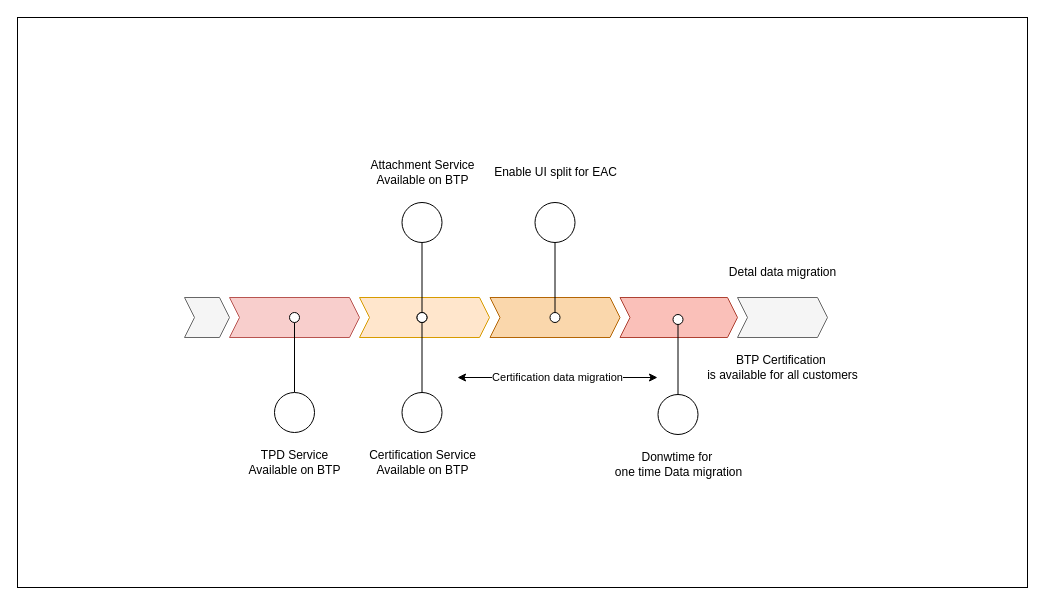
The draw.io diagram page "Page-31" (32 of 36) of certificationService.er.drawio in huangshijie/Drawio, before the edit. Source tidied: cells renumbered, new cells numbered last; positions are measured from the earlier drawing's top-left corner, leaving out a move shared by most shapes. Both pictures are drawn from the tidied source at 100%, with x=0, y=0 at pixel (17, 17).
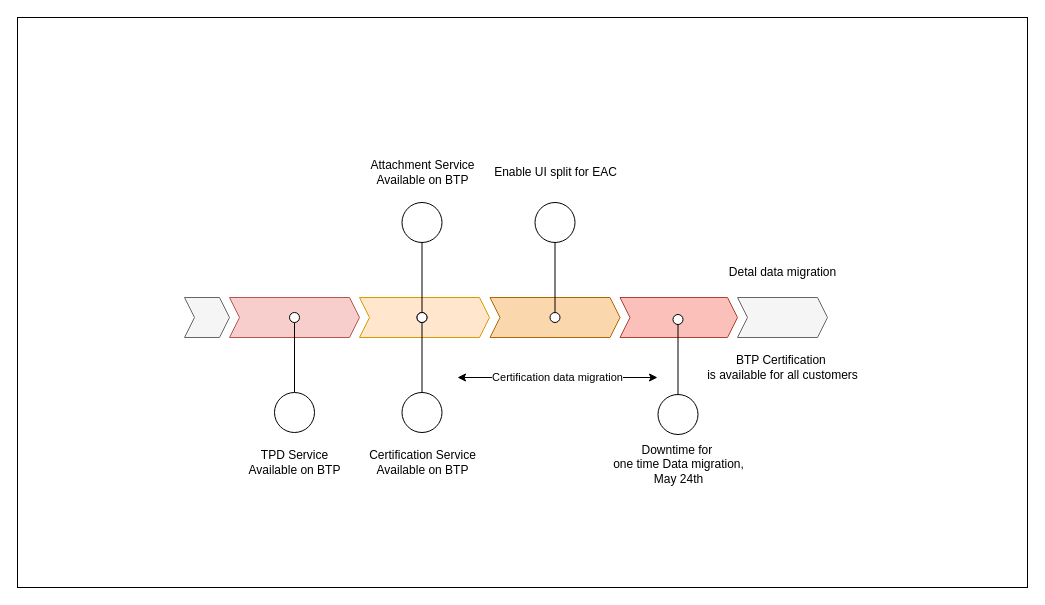
After the change.

The edit, as a diff of the source:
```diff
@@
     <mxCell id="37" style="group;" parent="1" vertex="1">
-      <mxGeometry x="597.5" y="287" width="140" height="180" as="geometry" />
+      <mxGeometry x="597.5" y="287" width="140" height="190" as="geometry" />
     </mxCell>
     <mxCell id="38" style="group;" parent="37" vertex="1">
-      <mxGeometry x="3" y="10" width="135" height="170" as="geometry" />
+      <mxGeometry x="3" y="10" width="135" height="180" as="geometry" />
     </mxCell>
@@
-    <mxCell id="43" value="Donwtime for&amp;nbsp;&lt;br&gt;one time Data migration" style="text;html=1;align=center;verticalAlign=middle;strokeColor=none;fillColor=none;" parent="38" vertex="1">
-      <mxGeometry x="-15" y="130" width="150" height="40" as="geometry" />
+    <mxCell id="43" value="Downtime for&amp;nbsp;&lt;br&gt;one time Data migration,&lt;div&gt;May 24th&lt;/div&gt;" style="text;html=1;align=center;verticalAlign=middle;strokeColor=none;fillColor=none;" parent="38" vertex="1">
+      <mxGeometry x="-15" y="120" width="150" height="60" as="geometry" />
     </mxCell>
```
